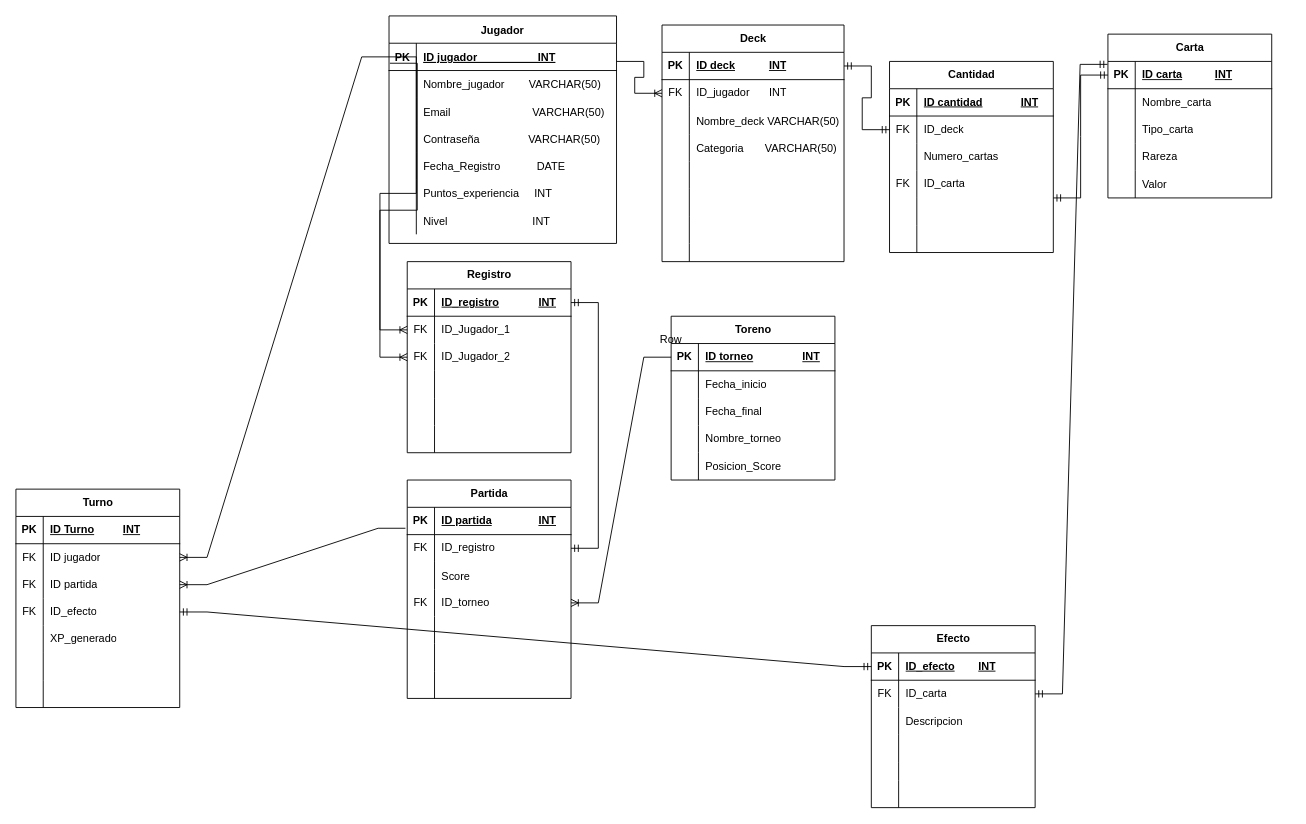
leaguirre3/A1749322_-TC2005B keeps this draw.io diagram as Base de Datos/Pokemon_TCG_1.drawio. Above is the earlier version. Source tidied: cells renumbered, new cells numbered last; positions are measured from the earlier drawing's top-left corner, leaving out a move shared by most shapes. Both pictures are drawn from the tidied source at 91%, with x=0, y=0 at pixel (15, 15).
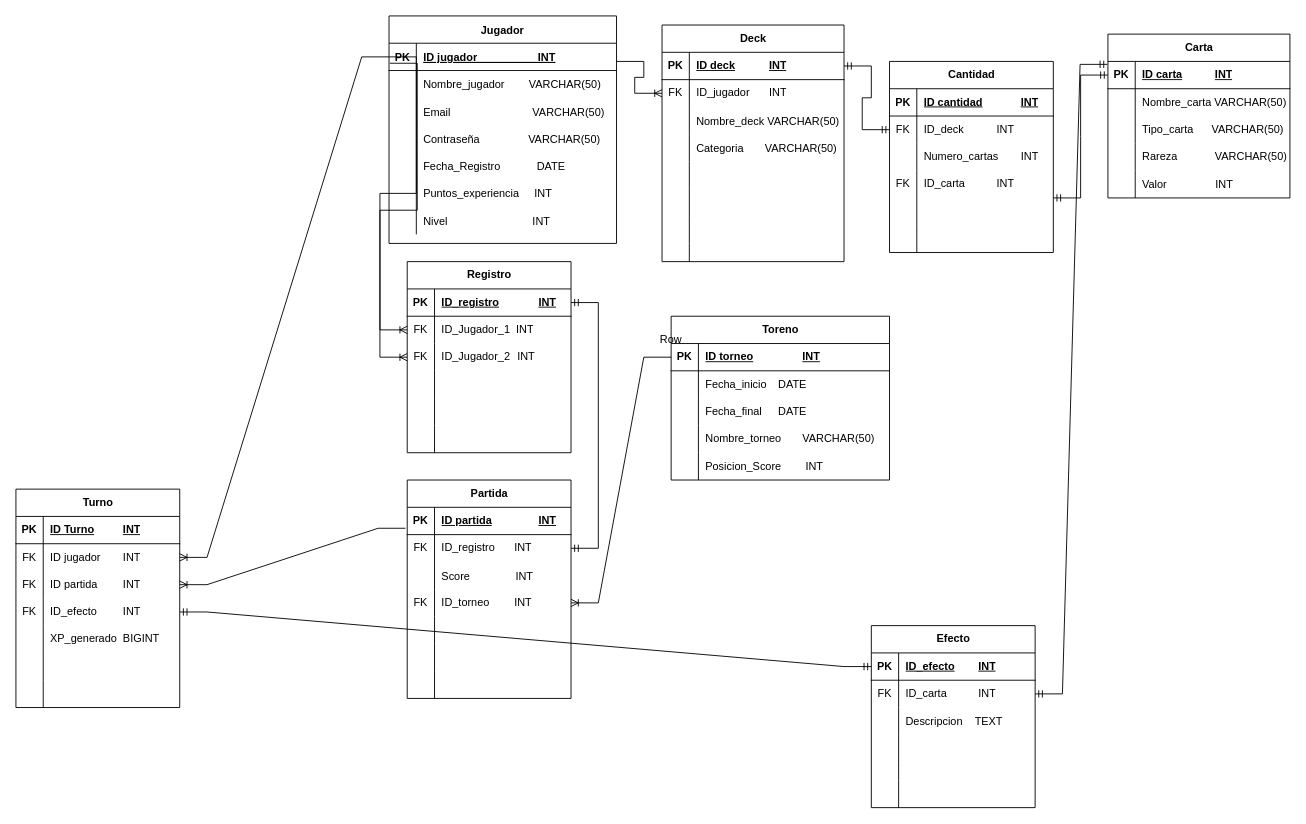
The same page after the edit.

Unchanged cells that the change refers to:
```xml
<mxCell id="69" style="shape=tableRow;horizontal=0;startSize=0;swimlaneHead=0;swimlaneBody=0;fillColor=none;points=[[0,0.5],[1,0.5]];portConstraint=eastwest;top=0;left=0;right=0;bottom=0;" parent="65" vertex="1">
  <mxGeometry y="60" width="180" height="30" as="geometry" />
</mxCell>
<mxCell id="72" style="shape=tableRow;horizontal=0;startSize=0;swimlaneHead=0;swimlaneBody=0;fillColor=none;top=0;left=0;right=0;bottom=0;" parent="65" vertex="1">
  <mxGeometry y="90" width="180" height="30" as="geometry" />
</mxCell>
<mxCell id="75" style="shape=tableRow;horizontal=0;startSize=0;swimlaneHead=0;swimlaneBody=0;fillColor=none;points=[[0,0.5],[1,0.5]];portConstraint=eastwest;top=0;left=0;right=0;bottom=0;" parent="65" vertex="1">
  <mxGeometry y="120" width="180" height="30" as="geometry" />
</mxCell>
<mxCell id="108" style="shape=tableRow;horizontal=0;startSize=0;swimlaneHead=0;swimlaneBody=0;fillColor=none;points=[[0,0.5],[1,0.5]];portConstraint=eastwest;top=0;left=0;right=0;bottom=0;" parent="104" vertex="1">
  <mxGeometry y="60" width="180" height="30" as="geometry" />
</mxCell>
<mxCell id="111" style="shape=tableRow;horizontal=0;startSize=0;swimlaneHead=0;swimlaneBody=0;fillColor=none;top=0;left=0;right=0;bottom=0;" parent="104" vertex="1">
  <mxGeometry y="90" width="180" height="30" as="geometry" />
</mxCell>
<mxCell id="114" style="shape=tableRow;horizontal=0;startSize=0;swimlaneHead=0;swimlaneBody=0;fillColor=none;top=0;left=0;right=0;bottom=0;" parent="104" vertex="1">
  <mxGeometry y="120" width="180" height="30" as="geometry" />
</mxCell>
<mxCell id="129" style="shape=tableRow;horizontal=0;startSize=0;swimlaneHead=0;swimlaneBody=0;fillColor=none;points=[[0,0.5],[1,0.5]];portConstraint=eastwest;top=0;left=0;right=0;bottom=0;" parent="125" vertex="1">
  <mxGeometry y="60" width="180" height="30" as="geometry" />
</mxCell>
<mxCell id="132" style="shape=tableRow;horizontal=0;startSize=0;swimlaneHead=0;swimlaneBody=0;fillColor=none;points=[[0,0.5],[1,0.5]];portConstraint=eastwest;top=0;left=0;right=0;bottom=0;" parent="125" vertex="1">
  <mxGeometry y="90" width="180" height="30" as="geometry" />
</mxCell>
<mxCell id="152" style="shape=tableRow;horizontal=0;startSize=0;swimlaneHead=0;swimlaneBody=0;fillColor=none;points=[[0,0.5],[1,0.5]];portConstraint=eastwest;top=0;left=0;right=0;bottom=0;" parent="148" vertex="1">
  <mxGeometry y="60" width="180" height="30" as="geometry" />
</mxCell>
<mxCell id="155" style="shape=tableRow;horizontal=0;startSize=0;swimlaneHead=0;swimlaneBody=0;fillColor=none;points=[[0,0.5],[1,0.5]];portConstraint=eastwest;top=0;left=0;right=0;bottom=0;" parent="148" vertex="1">
  <mxGeometry y="90" width="180" height="30" as="geometry" />
</mxCell>
<mxCell id="158" style="shape=tableRow;horizontal=0;startSize=0;swimlaneHead=0;swimlaneBody=0;fillColor=none;points=[[0,0.5],[1,0.5]];portConstraint=eastwest;top=0;left=0;right=0;bottom=0;" parent="148" vertex="1">
  <mxGeometry y="120" width="180" height="30" as="geometry" />
</mxCell>
<mxCell id="161" style="shape=tableRow;horizontal=0;startSize=0;swimlaneHead=0;swimlaneBody=0;fillColor=none;top=0;left=0;right=0;bottom=0;" parent="148" vertex="1">
  <mxGeometry y="150" width="180" height="30" as="geometry" />
</mxCell>
<mxCell id="177" style="shape=tableRow;horizontal=0;startSize=0;swimlaneHead=0;swimlaneBody=0;fillColor=none;points=[[0,0.5],[1,0.5]];portConstraint=eastwest;top=0;left=0;right=0;bottom=0;" parent="173" vertex="1">
  <mxGeometry y="60" width="180" height="30" as="geometry" />
</mxCell>
<mxCell id="180" style="shape=tableRow;horizontal=0;startSize=0;swimlaneHead=0;swimlaneBody=0;fillColor=none;top=0;left=0;right=0;bottom=0;" parent="173" vertex="1">
  <mxGeometry y="90" width="180" height="30" as="geometry" />
</mxCell>
```

Change to the diagram source:
```diff
@@
     <mxCell id="24" value="Carta" style="shape=table;startSize=30;childLayout=tableLayout;rowLines=0;fontStyle=1;align=center;html=1;" parent="1" vertex="1">
-      <mxGeometry x="1200" y="20" width="180" height="180" as="geometry" />
+      <mxGeometry x="1200" y="20" width="200" height="180" as="geometry" />
     </mxCell>
     <mxCell id="25" style="shape=tableRow;horizontal=0;startSize=0;swimlaneHead=0;swimlaneBody=0;fillColor=none;points=[[0,0.5],[1,0.5]];portConstraint=eastwest;top=0;left=0;right=0;bottom=1;" parent="24" vertex="1">
-      <mxGeometry y="30" width="180" height="30" as="geometry" />
+      <mxGeometry y="30" width="200" height="30" as="geometry" />
     </mxCell>
@@
     <mxCell id="27" value="ID carta&lt;span style=&quot;white-space: pre;&quot;&gt;&#9;&lt;/span&gt;&lt;span style=&quot;white-space: pre;&quot;&gt;&#9;&lt;/span&gt;INT" style="shape=partialRectangle;fillColor=none;top=0;left=0;bottom=0;right=0;align=left;spacingLeft=6;fontStyle=5;overflow=hidden;whiteSpace=wrap;html=1;" parent="25" vertex="1">
-      <mxGeometry x="30" width="150" height="30" as="geometry" />
+      <mxGeometry x="30" width="170" height="30" as="geometry" />
     </mxCell>
     <mxCell id="28" style="shape=tableRow;horizontal=0;startSize=0;swimlaneHead=0;swimlaneBody=0;fillColor=none;top=0;left=0;right=0;bottom=0;" parent="24" vertex="1">
-      <mxGeometry y="60" width="180" height="30" as="geometry" />
+      <mxGeometry y="60" width="200" height="30" as="geometry" />
     </mxCell>
@@
-    <mxCell id="30" value="Nombre_carta" style="shape=partialRectangle;fillColor=none;top=0;left=0;bottom=0;right=0;align=left;spacingLeft=6;overflow=hidden;whiteSpace=wrap;html=1;" parent="28" vertex="1">
-      <mxGeometry x="30" width="150" height="30" as="geometry" />
+    <mxCell id="30" value="Nombre_carta VARCHAR(50)" style="shape=partialRectangle;fillColor=none;top=0;left=0;bottom=0;right=0;align=left;spacingLeft=6;overflow=hidden;whiteSpace=wrap;html=1;" parent="28" vertex="1">
+      <mxGeometry x="30" width="170" height="30" as="geometry" />
     </mxCell>
     <mxCell id="31" style="shape=tableRow;horizontal=0;startSize=0;swimlaneHead=0;swimlaneBody=0;fillColor=none;top=0;left=0;right=0;bottom=0;" parent="24" vertex="1">
-      <mxGeometry y="90" width="180" height="30" as="geometry" />
+      <mxGeometry y="90" width="200" height="30" as="geometry" />
     </mxCell>
@@
-    <mxCell id="33" value="Tipo_carta" style="shape=partialRectangle;fillColor=none;top=0;left=0;bottom=0;right=0;align=left;spacingLeft=6;overflow=hidden;whiteSpace=wrap;html=1;" parent="31" vertex="1">
-      <mxGeometry x="30" width="150" height="30" as="geometry" />
+    <mxCell id="33" value="Tipo_carta&amp;nbsp; &amp;nbsp; &amp;nbsp; VARCHAR(50)" style="shape=partialRectangle;fillColor=none;top=0;left=0;bottom=0;right=0;align=left;spacingLeft=6;overflow=hidden;whiteSpace=wrap;html=1;" parent="31" vertex="1">
+      <mxGeometry x="30" width="170" height="30" as="geometry" />
     </mxCell>
     <mxCell id="34" style="shape=tableRow;horizontal=0;startSize=0;swimlaneHead=0;swimlaneBody=0;fillColor=none;top=0;left=0;right=0;bottom=0;" parent="24" vertex="1">
-      <mxGeometry y="120" width="180" height="30" as="geometry" />
+      <mxGeometry y="120" width="200" height="30" as="geometry" />
     </mxCell>
@@
-    <mxCell id="36" value="Rareza" style="shape=partialRectangle;fillColor=none;top=0;left=0;bottom=0;right=0;align=left;spacingLeft=6;overflow=hidden;whiteSpace=wrap;html=1;" parent="34" vertex="1">
-      <mxGeometry x="30" width="150" height="30" as="geometry" />
+    <mxCell id="36" value="Rareza&lt;span style=&quot;white-space: pre;&quot;&gt;&#9;&lt;/span&gt;&lt;span style=&quot;white-space: pre;&quot;&gt;&#9;&lt;/span&gt;VARCHAR(50)" style="shape=partialRectangle;fillColor=none;top=0;left=0;bottom=0;right=0;align=left;spacingLeft=6;overflow=hidden;whiteSpace=wrap;html=1;" parent="34" vertex="1">
+      <mxGeometry x="30" width="170" height="30" as="geometry" />
     </mxCell>
     <mxCell id="37" style="shape=tableRow;horizontal=0;startSize=0;swimlaneHead=0;swimlaneBody=0;fillColor=none;top=0;left=0;right=0;bottom=0;" parent="24" vertex="1">
-      <mxGeometry y="150" width="180" height="30" as="geometry" />
+      <mxGeometry y="150" width="200" height="30" as="geometry" />
     </mxCell>
@@
-    <mxCell id="39" value="Valor" style="shape=partialRectangle;fillColor=none;top=0;left=0;bottom=0;right=0;align=left;spacingLeft=6;overflow=hidden;" parent="37" vertex="1">
-      <mxGeometry x="30" width="150" height="30" as="geometry" />
+    <mxCell id="39" value="Valor                INT" style="shape=partialRectangle;fillColor=none;top=0;left=0;bottom=0;right=0;align=left;spacingLeft=6;overflow=hidden;" parent="37" vertex="1">
+      <mxGeometry x="30" width="170" height="30" as="geometry" />
     </mxCell>
@@
-    <mxCell id="71" value="ID_registro" style="shape=partialRectangle;fillColor=none;top=0;left=0;bottom=0;right=0;align=left;spacingLeft=6;fontStyle=0;overflow=hidden;whiteSpace=wrap;html=1;" parent="69" vertex="1">
+    <mxCell id="71" value="ID_registro&lt;span style=&quot;white-space: pre;&quot;&gt;&#9;&lt;/span&gt;INT" style="shape=partialRectangle;fillColor=none;top=0;left=0;bottom=0;right=0;align=left;spacingLeft=6;fontStyle=0;overflow=hidden;whiteSpace=wrap;html=1;" parent="69" vertex="1">
       <mxGeometry x="30" width="150" height="30" as="geometry" />
     </mxCell>
@@
-    <mxCell id="74" value="Score" style="shape=partialRectangle;fillColor=none;top=0;left=0;bottom=0;right=0;align=left;spacingLeft=6;overflow=hidden;" parent="72" vertex="1">
+    <mxCell id="74" value="Score               INT" style="shape=partialRectangle;fillColor=none;top=0;left=0;bottom=0;right=0;align=left;spacingLeft=6;overflow=hidden;" parent="72" vertex="1">
       <mxGeometry x="30" width="150" height="30" as="geometry" />
     </mxCell>
@@
-    <mxCell id="77" value="ID_torneo" style="shape=partialRectangle;fillColor=none;top=0;left=0;bottom=0;right=0;align=left;spacingLeft=6;fontStyle=0;overflow=hidden;whiteSpace=wrap;html=1;" parent="75" vertex="1">
+    <mxCell id="77" value="ID_torneo&lt;span style=&quot;white-space: pre;&quot;&gt;&#9;&lt;/span&gt;INT" style="shape=partialRectangle;fillColor=none;top=0;left=0;bottom=0;right=0;align=left;spacingLeft=6;fontStyle=0;overflow=hidden;whiteSpace=wrap;html=1;" parent="75" vertex="1">
       <mxGeometry x="30" width="150" height="30" as="geometry" />
     </mxCell>
@@
     <mxCell id="87" value="Toreno" style="shape=table;startSize=30;childLayout=tableLayout;rowLines=0;fontStyle=1;align=center;html=1;" parent="1" vertex="1">
-      <mxGeometry x="720" y="330" width="180" height="180" as="geometry" />
+      <mxGeometry x="720" y="330" width="240" height="180" as="geometry" />
     </mxCell>
     <mxCell id="88" style="shape=tableRow;horizontal=0;startSize=0;swimlaneHead=0;swimlaneBody=0;fillColor=none;points=[[0,0.5],[1,0.5]];portConstraint=eastwest;top=0;left=0;right=0;bottom=1;" parent="87" vertex="1">
-      <mxGeometry y="30" width="180" height="30" as="geometry" />
+      <mxGeometry y="30" width="240" height="30" as="geometry" />
     </mxCell>
@@
     <mxCell id="90" value="ID torneo&lt;span style=&quot;white-space: pre;&quot;&gt;&#9;&lt;/span&gt;&lt;span style=&quot;white-space: pre;&quot;&gt;&#9;&lt;/span&gt;INT" style="shape=partialRectangle;fillColor=none;top=0;left=0;bottom=0;right=0;align=left;spacingLeft=6;fontStyle=5;overflow=hidden;whiteSpace=wrap;html=1;" parent="88" vertex="1">
-      <mxGeometry x="30" width="150" height="30" as="geometry" />
+      <mxGeometry x="30" width="210" height="30" as="geometry" />
     </mxCell>
     <mxCell id="91" style="shape=tableRow;horizontal=0;startSize=0;swimlaneHead=0;swimlaneBody=0;fillColor=none;top=0;left=0;right=0;bottom=0;" parent="87" vertex="1">
-      <mxGeometry y="60" width="180" height="30" as="geometry" />
+      <mxGeometry y="60" width="240" height="30" as="geometry" />
     </mxCell>
@@
-    <mxCell id="93" value="Fecha_inicio" style="shape=partialRectangle;fillColor=none;top=0;left=0;bottom=0;right=0;align=left;spacingLeft=6;overflow=hidden;whiteSpace=wrap;html=1;" parent="91" vertex="1">
-      <mxGeometry x="30" width="150" height="30" as="geometry" />
+    <mxCell id="93" value="Fecha_inicio&lt;span style=&quot;white-space: pre;&quot;&gt;&#9;&lt;/span&gt;DATE" style="shape=partialRectangle;fillColor=none;top=0;left=0;bottom=0;right=0;align=left;spacingLeft=6;overflow=hidden;whiteSpace=wrap;html=1;" parent="91" vertex="1">
+      <mxGeometry x="30" width="210" height="30" as="geometry" />
     </mxCell>
     <mxCell id="94" style="shape=tableRow;horizontal=0;startSize=0;swimlaneHead=0;swimlaneBody=0;fillColor=none;top=0;left=0;right=0;bottom=0;" parent="87" vertex="1">
-      <mxGeometry y="90" width="180" height="30" as="geometry" />
+      <mxGeometry y="90" width="240" height="30" as="geometry" />
     </mxCell>
@@
-    <mxCell id="96" value="Fecha_final" style="shape=partialRectangle;fillColor=none;top=0;left=0;bottom=0;right=0;align=left;spacingLeft=6;overflow=hidden;whiteSpace=wrap;html=1;" parent="94" vertex="1">
-      <mxGeometry x="30" width="150" height="30" as="geometry" />
+    <mxCell id="96" value="Fecha_final&lt;span style=&quot;white-space: pre;&quot;&gt;&#9;&lt;/span&gt;DATE" style="shape=partialRectangle;fillColor=none;top=0;left=0;bottom=0;right=0;align=left;spacingLeft=6;overflow=hidden;whiteSpace=wrap;html=1;" parent="94" vertex="1">
+      <mxGeometry x="30" width="210" height="30" as="geometry" />
     </mxCell>
     <mxCell id="97" style="shape=tableRow;horizontal=0;startSize=0;swimlaneHead=0;swimlaneBody=0;fillColor=none;top=0;left=0;right=0;bottom=0;" parent="87" vertex="1">
-      <mxGeometry y="120" width="180" height="30" as="geometry" />
+      <mxGeometry y="120" width="240" height="30" as="geometry" />
     </mxCell>
@@
-    <mxCell id="99" value="Nombre_torneo" style="shape=partialRectangle;fillColor=none;top=0;left=0;bottom=0;right=0;align=left;spacingLeft=6;overflow=hidden;whiteSpace=wrap;html=1;" parent="97" vertex="1">
-      <mxGeometry x="30" width="150" height="30" as="geometry" />
+    <mxCell id="99" value="Nombre_torneo&lt;span style=&quot;white-space: pre;&quot;&gt;&#9;&lt;/span&gt;VARCHAR(50)" style="shape=partialRectangle;fillColor=none;top=0;left=0;bottom=0;right=0;align=left;spacingLeft=6;overflow=hidden;whiteSpace=wrap;html=1;" parent="97" vertex="1">
+      <mxGeometry x="30" width="210" height="30" as="geometry" />
     </mxCell>
     <mxCell id="100" style="shape=tableRow;horizontal=0;startSize=0;swimlaneHead=0;swimlaneBody=0;fillColor=none;top=0;left=0;right=0;bottom=0;" parent="87" vertex="1">
-      <mxGeometry y="150" width="180" height="30" as="geometry" />
+      <mxGeometry y="150" width="240" height="30" as="geometry" />
     </mxCell>
@@
-    <mxCell id="102" value="Posicion_Score" style="shape=partialRectangle;fillColor=none;top=0;left=0;bottom=0;right=0;align=left;spacingLeft=6;overflow=hidden;" parent="100" vertex="1">
-      <mxGeometry x="30" width="150" height="30" as="geometry" />
+    <mxCell id="102" value="Posicion_Score        INT" style="shape=partialRectangle;fillColor=none;top=0;left=0;bottom=0;right=0;align=left;spacingLeft=6;overflow=hidden;" parent="100" vertex="1">
+      <mxGeometry x="30" width="210" height="30" as="geometry" />
     </mxCell>
@@
-    <mxCell id="110" value="ID_deck" style="shape=partialRectangle;fillColor=none;top=0;left=0;bottom=0;right=0;align=left;spacingLeft=6;fontStyle=0;overflow=hidden;whiteSpace=wrap;html=1;" parent="108" vertex="1">
+    <mxCell id="110" value="ID_deck&lt;span style=&quot;white-space: pre;&quot;&gt;&#9;&lt;/span&gt;&lt;span style=&quot;white-space: pre;&quot;&gt;&#9;&lt;/span&gt;INT" style="shape=partialRectangle;fillColor=none;top=0;left=0;bottom=0;right=0;align=left;spacingLeft=6;fontStyle=0;overflow=hidden;whiteSpace=wrap;html=1;" parent="108" vertex="1">
       <mxGeometry x="30" width="150" height="30" as="geometry" />
     </mxCell>
@@
-    <mxCell id="113" value="Numero_cartas" style="shape=partialRectangle;fillColor=none;top=0;left=0;bottom=0;right=0;align=left;spacingLeft=6;overflow=hidden;whiteSpace=wrap;html=1;" parent="111" vertex="1">
+    <mxCell id="113" value="Numero_cartas&lt;span style=&quot;white-space: pre;&quot;&gt;&#9;&lt;/span&gt;INT" style="shape=partialRectangle;fillColor=none;top=0;left=0;bottom=0;right=0;align=left;spacingLeft=6;overflow=hidden;whiteSpace=wrap;html=1;" parent="111" vertex="1">
       <mxGeometry x="30" width="150" height="30" as="geometry" />
     </mxCell>
@@
-    <mxCell id="116" value="ID_carta" style="shape=partialRectangle;fillColor=none;top=0;left=0;bottom=0;right=0;align=left;spacingLeft=6;fontStyle=0;overflow=hidden;whiteSpace=wrap;html=1;" parent="114" vertex="1">
+    <mxCell id="116" value="ID_carta&lt;span style=&quot;white-space: pre;&quot;&gt;&#9;&lt;/span&gt;&lt;span style=&quot;white-space: pre;&quot;&gt;&#9;&lt;/span&gt;INT" style="shape=partialRectangle;fillColor=none;top=0;left=0;bottom=0;right=0;align=left;spacingLeft=6;fontStyle=0;overflow=hidden;whiteSpace=wrap;html=1;" parent="114" vertex="1">
       <mxGeometry x="30" width="150" height="30" as="geometry" />
     </mxCell>
@@
-    <mxCell id="131" value="ID_Jugador_1" style="shape=partialRectangle;fillColor=none;top=0;left=0;bottom=0;right=0;align=left;spacingLeft=6;fontStyle=0;overflow=hidden;whiteSpace=wrap;html=1;" parent="129" vertex="1">
+    <mxCell id="131" value="ID_Jugador_1&amp;nbsp; INT" style="shape=partialRectangle;fillColor=none;top=0;left=0;bottom=0;right=0;align=left;spacingLeft=6;fontStyle=0;overflow=hidden;whiteSpace=wrap;html=1;" parent="129" vertex="1">
       <mxGeometry x="30" width="150" height="30" as="geometry" />
     </mxCell>
@@
-    <mxCell id="134" value="ID_Jugador_2" style="shape=partialRectangle;fillColor=none;top=0;left=0;bottom=0;right=0;align=left;spacingLeft=6;fontStyle=0;overflow=hidden;whiteSpace=wrap;html=1;" parent="132" vertex="1">
+    <mxCell id="134" value="ID_Jugador_2&lt;span style=&quot;white-space: pre;&quot;&gt;&#9;&lt;/span&gt;&amp;nbsp;INT" style="shape=partialRectangle;fillColor=none;top=0;left=0;bottom=0;right=0;align=left;spacingLeft=6;fontStyle=0;overflow=hidden;whiteSpace=wrap;html=1;" parent="132" vertex="1">
       <mxGeometry x="30" width="150" height="30" as="geometry" />
     </mxCell>
@@
-    <mxCell id="154" value="ID jugador" style="shape=partialRectangle;fillColor=none;top=0;left=0;bottom=0;right=0;align=left;spacingLeft=6;fontStyle=0;overflow=hidden;whiteSpace=wrap;html=1;" parent="152" vertex="1">
+    <mxCell id="154" value="ID jugador&lt;span style=&quot;white-space: pre;&quot;&gt;&#9;&lt;/span&gt;INT" style="shape=partialRectangle;fillColor=none;top=0;left=0;bottom=0;right=0;align=left;spacingLeft=6;fontStyle=0;overflow=hidden;whiteSpace=wrap;html=1;" parent="152" vertex="1">
       <mxGeometry x="30" width="150" height="30" as="geometry" />
     </mxCell>
@@
-    <mxCell id="157" value="ID partida" style="shape=partialRectangle;fillColor=none;top=0;left=0;bottom=0;right=0;align=left;spacingLeft=6;fontStyle=0;overflow=hidden;whiteSpace=wrap;html=1;" parent="155" vertex="1">
+    <mxCell id="157" value="ID partida&lt;span style=&quot;white-space: pre;&quot;&gt;&#9;&lt;/span&gt;INT" style="shape=partialRectangle;fillColor=none;top=0;left=0;bottom=0;right=0;align=left;spacingLeft=6;fontStyle=0;overflow=hidden;whiteSpace=wrap;html=1;" parent="155" vertex="1">
       <mxGeometry x="30" width="150" height="30" as="geometry" />
     </mxCell>
@@
-    <mxCell id="160" value="ID_efecto" style="shape=partialRectangle;fillColor=none;top=0;left=0;bottom=0;right=0;align=left;spacingLeft=6;fontStyle=0;overflow=hidden;whiteSpace=wrap;html=1;" parent="158" vertex="1">
+    <mxCell id="160" value="ID_efecto&lt;span style=&quot;white-space: pre;&quot;&gt;&#9;&lt;/span&gt;&lt;span style=&quot;white-space: pre;&quot;&gt;&#9;&lt;/span&gt;INT" style="shape=partialRectangle;fillColor=none;top=0;left=0;bottom=0;right=0;align=left;spacingLeft=6;fontStyle=0;overflow=hidden;whiteSpace=wrap;html=1;" parent="158" vertex="1">
       <mxGeometry x="30" width="150" height="30" as="geometry" />
     </mxCell>
@@
-    <mxCell id="163" value="XP_generado" style="shape=partialRectangle;fillColor=none;top=0;left=0;bottom=0;right=0;align=left;spacingLeft=6;overflow=hidden;whiteSpace=wrap;html=1;" parent="161" vertex="1">
+    <mxCell id="163" value="XP_generado&lt;span style=&quot;white-space: pre;&quot;&gt;&#9;&lt;/span&gt;BIGINT" style="shape=partialRectangle;fillColor=none;top=0;left=0;bottom=0;right=0;align=left;spacingLeft=6;overflow=hidden;whiteSpace=wrap;html=1;" parent="161" vertex="1">
       <mxGeometry x="30" width="150" height="30" as="geometry" />
     </mxCell>
@@
-    <mxCell id="179" value="ID_carta" style="shape=partialRectangle;fillColor=none;top=0;left=0;bottom=0;right=0;align=left;spacingLeft=6;fontStyle=0;overflow=hidden;whiteSpace=wrap;html=1;" parent="177" vertex="1">
+    <mxCell id="179" value="ID_carta&lt;span style=&quot;white-space: pre;&quot;&gt;&#9;&lt;/span&gt;&lt;span style=&quot;white-space: pre;&quot;&gt;&#9;&lt;/span&gt;INT" style="shape=partialRectangle;fillColor=none;top=0;left=0;bottom=0;right=0;align=left;spacingLeft=6;fontStyle=0;overflow=hidden;whiteSpace=wrap;html=1;" parent="177" vertex="1">
       <mxGeometry x="30" width="150" height="30" as="geometry" />
     </mxCell>
@@
-    <mxCell id="182" value="Descripcion" style="shape=partialRectangle;fillColor=none;top=0;left=0;bottom=0;right=0;align=left;spacingLeft=6;overflow=hidden;" parent="180" vertex="1">
+    <mxCell id="182" value="Descripcion    TEXT" style="shape=partialRectangle;fillColor=none;top=0;left=0;bottom=0;right=0;align=left;spacingLeft=6;overflow=hidden;" parent="180" vertex="1">
       <mxGeometry x="30" width="150" height="30" as="geometry" />
     </mxCell>
```
